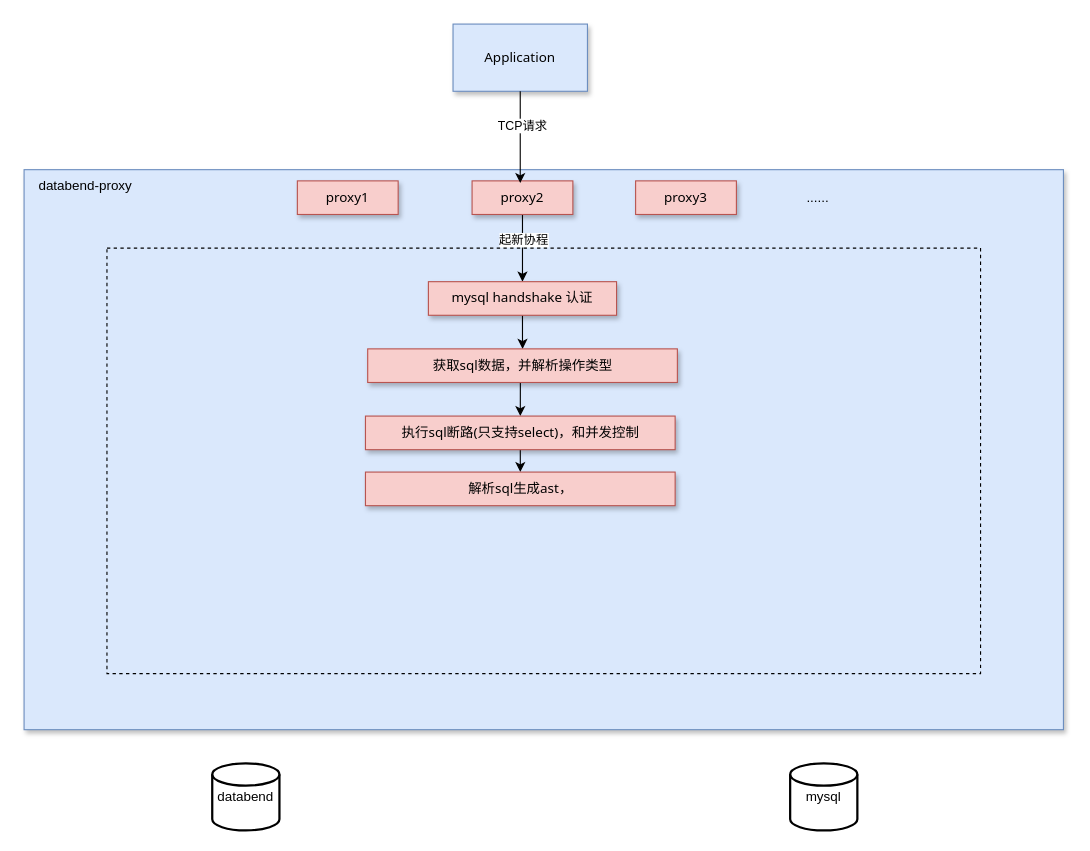
Earlier version of the draw.io diagram doc/databend-mysql-proxy方案.drawio (jackjoesh/databend). Source tidied: cells renumbered, new cells numbered last; positions are measured from the earlier drawing's top-left corner, leaving out a move shared by most shapes. Both pictures are drawn from the tidied source at 112%, with x=0, y=0 at pixel (24, 24).
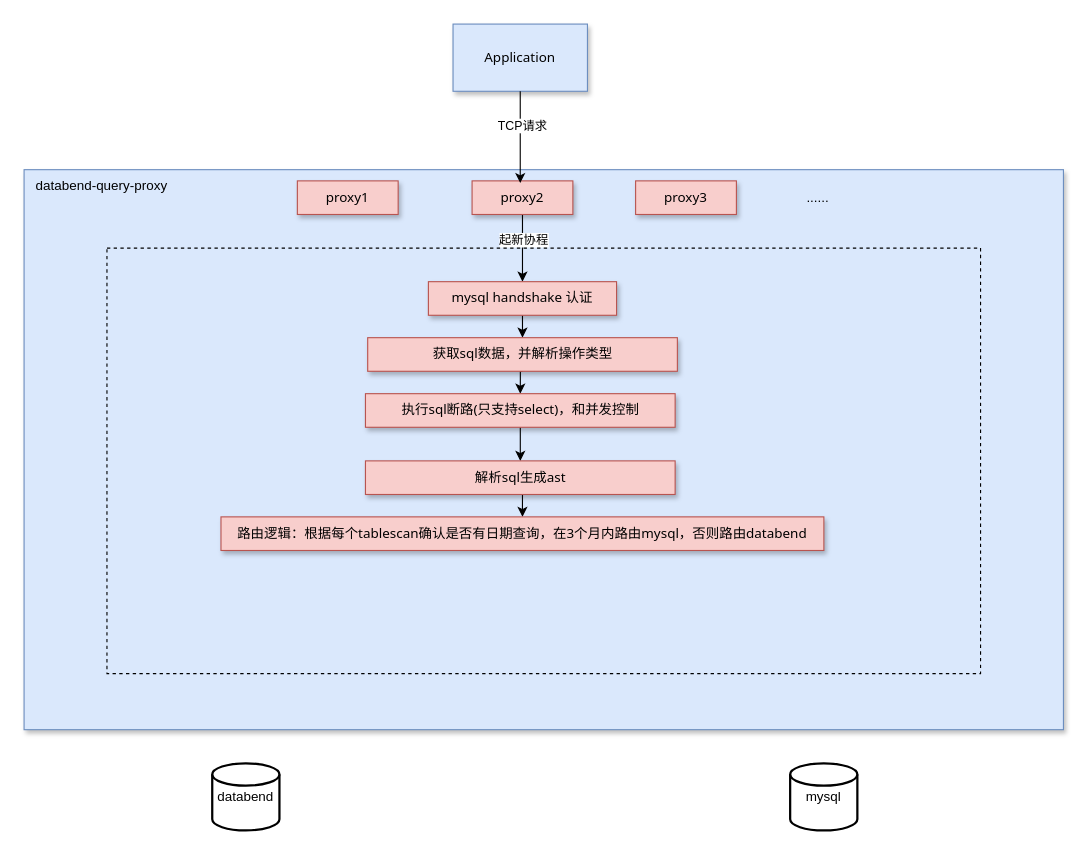
Above is the later version.

Diff of the diagram source:
```diff
@@
-    <mxCell id="4" value="databend-proxy" style="text;strokeColor=none;align=center;fillColor=none;html=1;verticalAlign=middle;whiteSpace=wrap;rounded=0;" parent="1" vertex="1">
-      <mxGeometry x="5" y="130" width="100" height="30" as="geometry" />
+    <mxCell id="4" value="databend-query-proxy" style="text;strokeColor=none;align=center;fillColor=none;html=1;verticalAlign=middle;whiteSpace=wrap;rounded=0;" parent="1" vertex="1">
+      <mxGeometry x="-2" y="130" width="143" height="30" as="geometry" />
     </mxCell>
@@
     <mxCell id="19" value="获取sql数据，并解析操作类型" style="rounded=0;whiteSpace=wrap;html=1;fillColor=#f8cecc;strokeColor=#b85450;shadow=1;fontFamily=Tahoma;" parent="1" vertex="1">
-      <mxGeometry x="306.8" y="290" width="276.5" height="30" as="geometry" />
+      <mxGeometry x="306.8" y="280" width="276.5" height="30" as="geometry" />
     </mxCell>
@@
     <mxCell id="21" value="执行sql断路(只支持select)，和并发控制" style="rounded=0;whiteSpace=wrap;html=1;fillColor=#f8cecc;strokeColor=#b85450;shadow=1;fontFamily=Tahoma;" parent="1" vertex="1">
-      <mxGeometry x="304.8" y="350" width="276.5" height="30" as="geometry" />
+      <mxGeometry x="304.8" y="330" width="276.5" height="30" as="geometry" />
     </mxCell>
+    <mxCell id="23" style="edgeStyle=orthogonalEdgeStyle;rounded=0;jettySize=auto;html=1;exitX=0.5;exitY=1;exitDx=0;exitDy=0;entryX=0.5;entryY=0;entryDx=0;entryDy=0;" parent="1" edge="1" source="22" target="24">
+      <mxGeometry relative="1" as="geometry" />
+    </mxCell>
-    <mxCell id="22" value="解析sql生成ast，" style="rounded=0;whiteSpace=wrap;html=1;fillColor=#f8cecc;strokeColor=#b85450;shadow=1;fontFamily=Tahoma;" parent="1" vertex="1">
-      <mxGeometry x="304.8" y="400" width="276.5" height="30" as="geometry" />
+    <mxCell id="22" value="解析sql生成ast" style="rounded=0;whiteSpace=wrap;html=1;fillColor=#f8cecc;strokeColor=#b85450;shadow=1;fontFamily=Tahoma;" parent="1" vertex="1">
+      <mxGeometry x="304.8" y="390" width="276.5" height="30" as="geometry" />
     </mxCell>
+    <mxCell id="24" value="路由逻辑：根据每个tablescan确认是否有日期查询，在3个月内路由mysql，否则路由databend" style="rounded=0;whiteSpace=wrap;html=1;fillColor=#f8cecc;strokeColor=#b85450;shadow=1;fontFamily=Tahoma;" parent="1" vertex="1">
+      <mxGeometry x="175.8" y="440" width="538.3" height="30" as="geometry" />
+    </mxCell>
```
